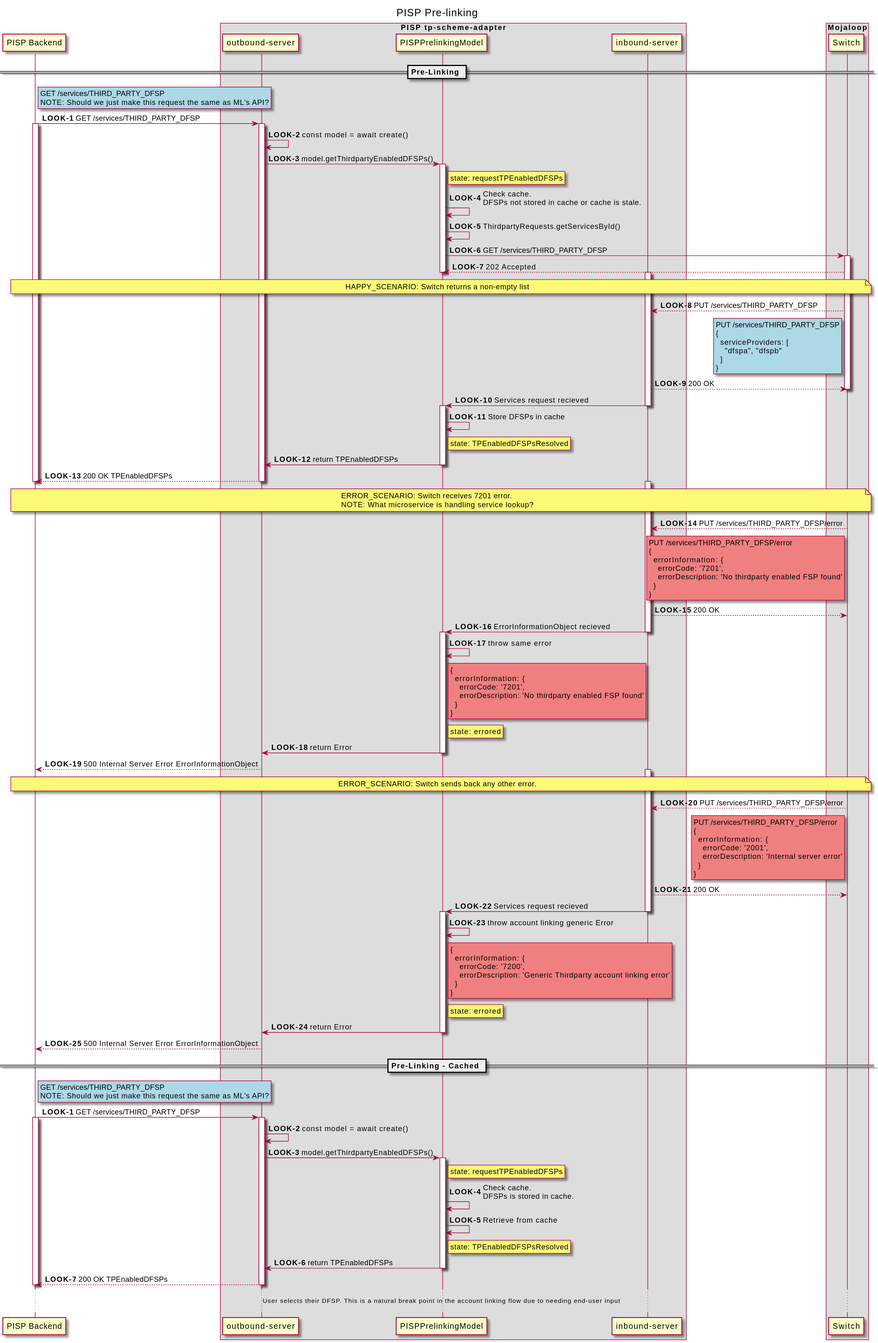
Earlier version of the PlantUML export out/docs/sequence/PISPPrelinkingApi/PISP_Prelinking.svg (mojaloop/thirdparty-sdk).
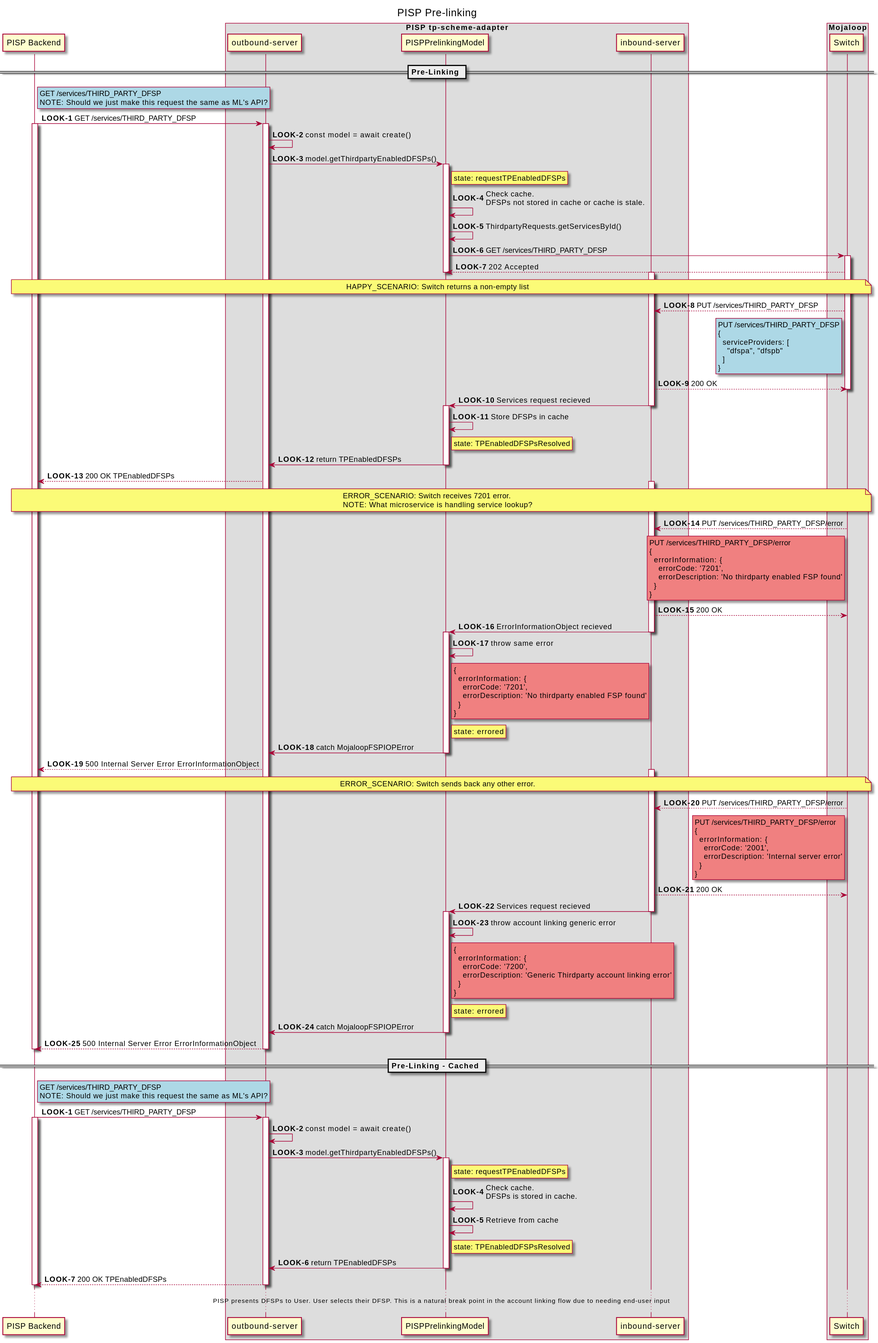
After the change.

The edit, as a diff of the source:
```diff
@@ -1,4 +1,5 @@
 @startuml
+
 title PISP Pre-linking
 
 participant "PISP Backend" as PISP
@@ -69,9 +70,6 @@
 
 PISP_TP_OUT --> PISP: 200 OK TPEnabledDFSPs
 
-deactivate PISP_TP_OUT
-deactivate PISP
-
 note over PISP, Switch
   ERROR_SCENARIO: Switch receives 7201 error.
   NOTE: What microservice is handling service lookup?
@@ -108,14 +106,12 @@
 }
 end note
 rnote right of PISP_PLM: state: errored
-PISP_PLM -> PISP_TP_OUT: return Error
+PISP_PLM -> PISP_TP_OUT: catch MojaloopFSPIOPError
 
 deactivate PISP_PLM
 
 PISP_TP_OUT --> PISP: 500 Internal Server Error ErrorInformationObject
 
-deactivate PISP_TP_OUT
-deactivate PISP
 
 note over PISP, Switch
   ERROR_SCENARIO: Switch sends back any other error.
@@ -142,7 +138,7 @@
 deactivate PISP_TP_IN
 activate PISP_PLM
 
-PISP_PLM -> PISP_PLM: throw account linking generic Error
+PISP_PLM -> PISP_PLM: throw account linking generic error
 rnote right of PISP_PLM #LightCoral
 {
   errorInformation: {
@@ -152,7 +148,7 @@
 }
 end note
 rnote right of PISP_PLM: state: errored
-PISP_PLM -> PISP_TP_OUT: return Error
+PISP_PLM -> PISP_TP_OUT: catch MojaloopFSPIOPError
 
 deactivate PISP_PLM
 
@@ -191,5 +187,6 @@
 deactivate PISP_TP_OUT
 deactivate PISP
 
-...User selects their DFSP. This is a natural break point in the account linking flow due to needing end-user input...
+...PISP presents DFSPs to User. User selects their DFSP. This is a natural break point in the account linking flow due to needing end-user input...
+
 @enduml
```
